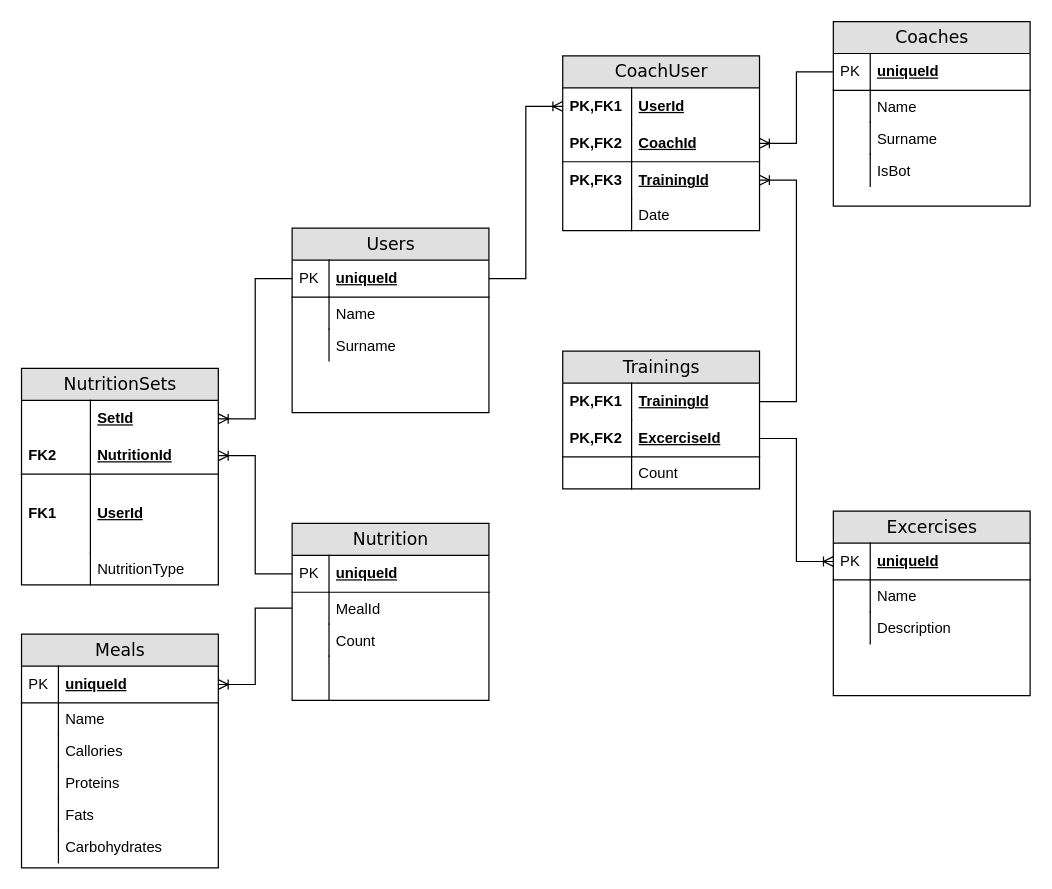
This is otus.csharp.dev/Диаграмма без названия.drawio from lasm16/Diagrams, a draw.io file, before an edit. Source tidied: cells renumbered, new cells numbered last; positions are measured from the earlier drawing's top-left corner, leaving out a move shared by most shapes. Both pictures are drawn from the tidied source at 123%, with x=0, y=0 at pixel (21, 21).
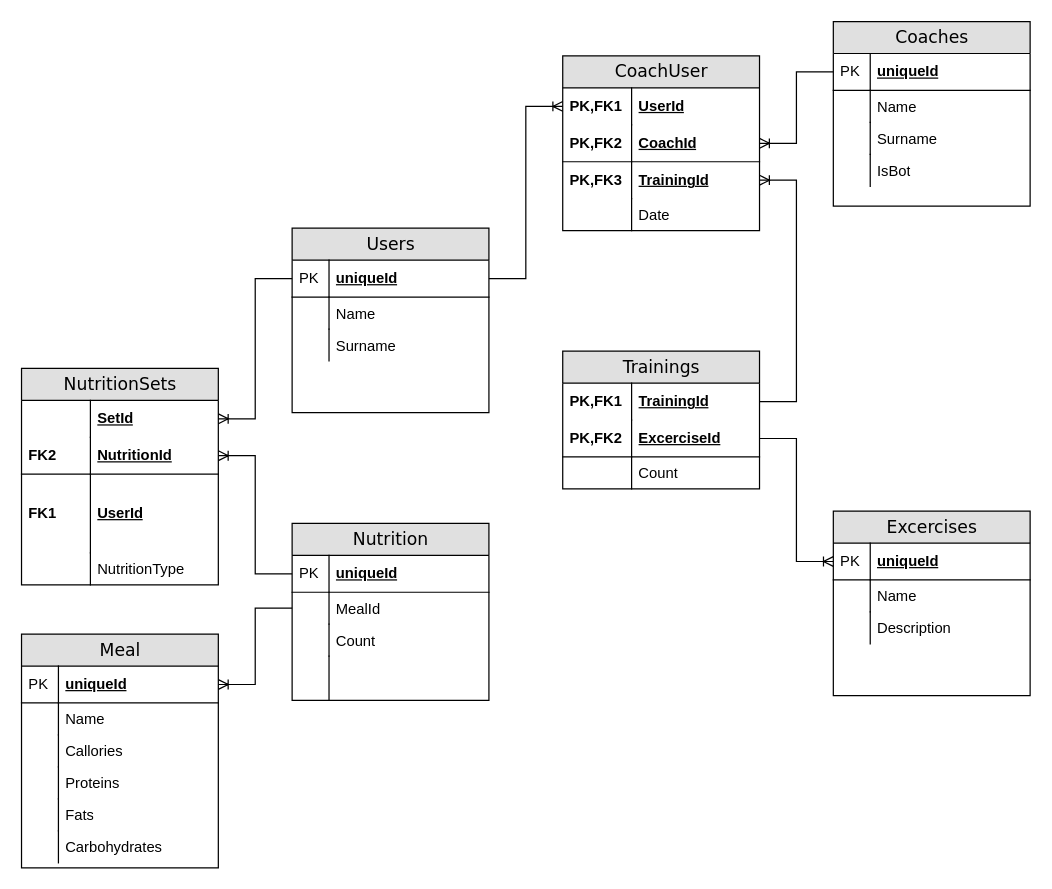
After the change.

Diff of the diagram source:
```diff
@@
-    <mxCell id="59" value="Meals" style="swimlane;html=1;fontStyle=0;horizontal=1;startSize=26;fillColor=#e0e0e0;swimlaneFillColor=#ffffff;align=center;rounded=0;shadow=0;comic=0;labelBackgroundColor=none;strokeWidth=1;fontFamily=Verdana;fontSize=14;" parent="1" vertex="1">
+    <mxCell id="59" value="Meal" style="swimlane;html=1;fontStyle=0;horizontal=1;startSize=26;fillColor=#e0e0e0;swimlaneFillColor=#ffffff;align=center;rounded=0;shadow=0;comic=0;labelBackgroundColor=none;strokeWidth=1;fontFamily=Verdana;fontSize=14;" parent="1" vertex="1">
       <mxGeometry y="498" width="160" height="190" as="geometry" />
     </mxCell>
```
